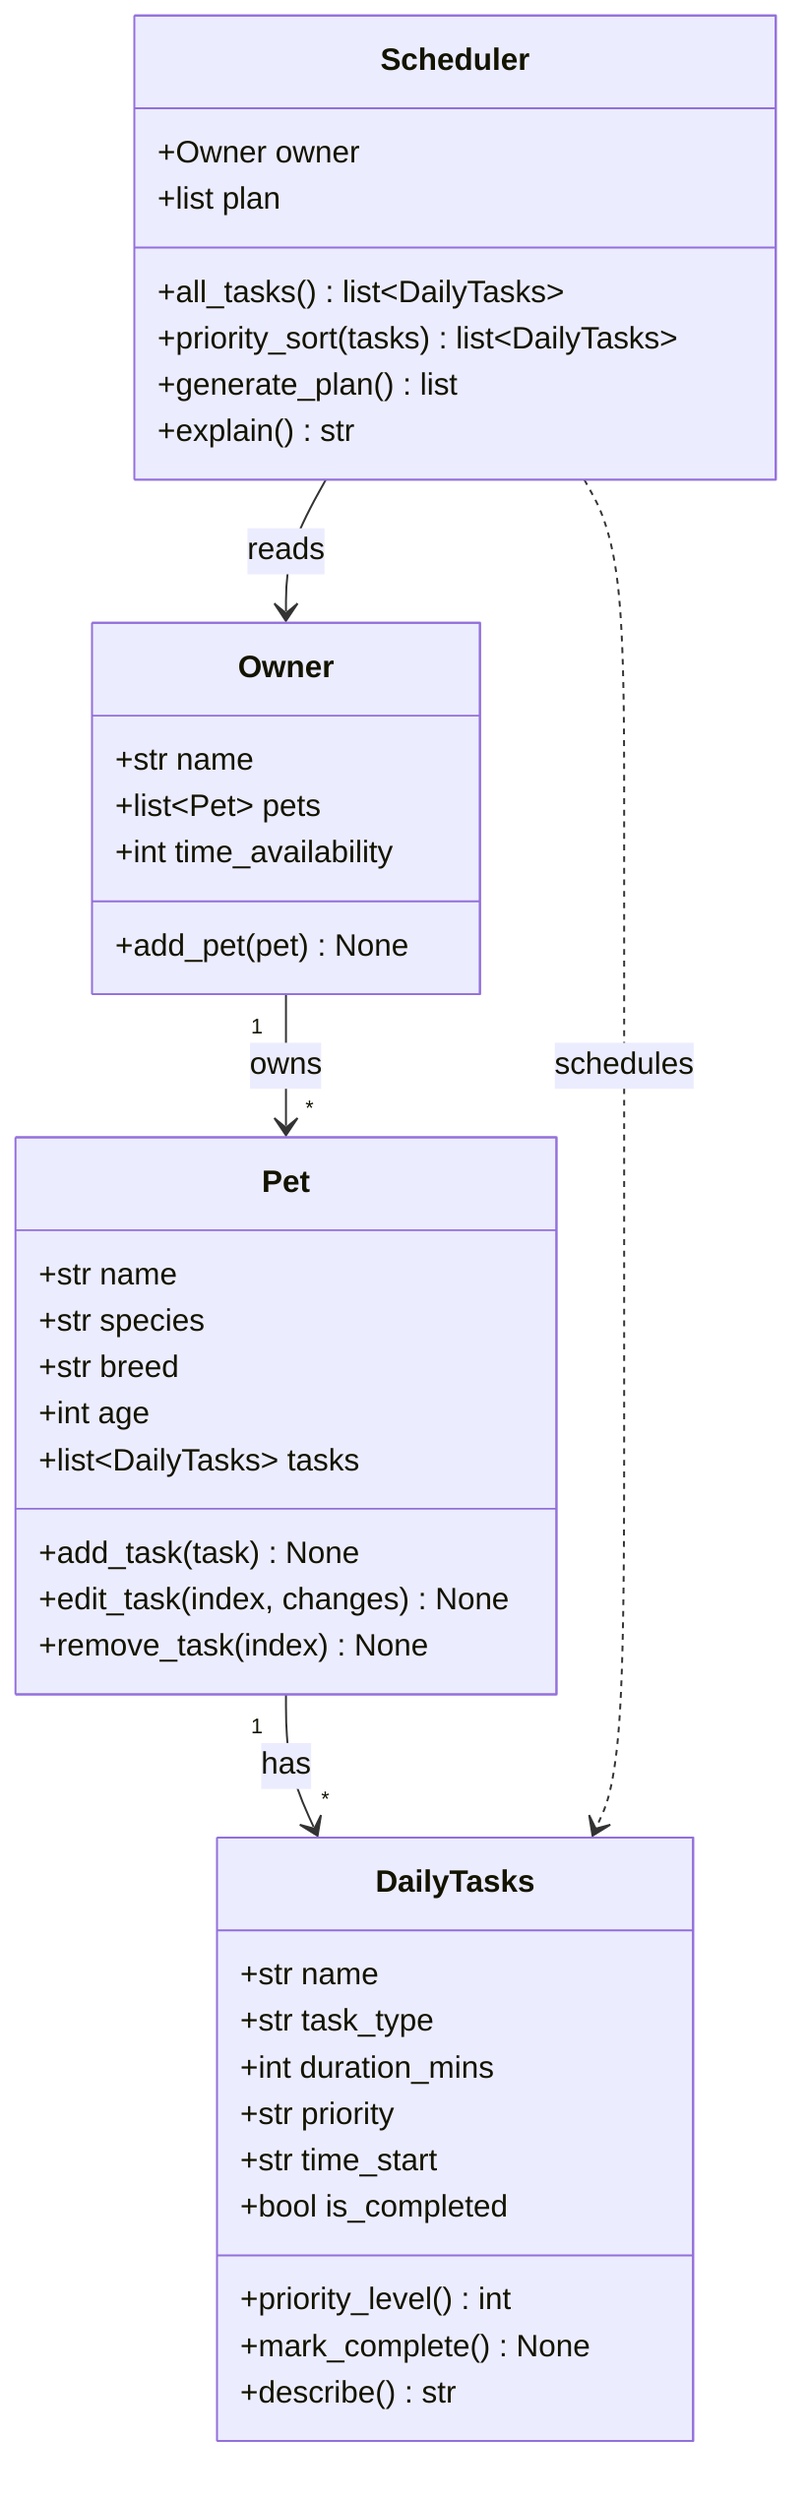
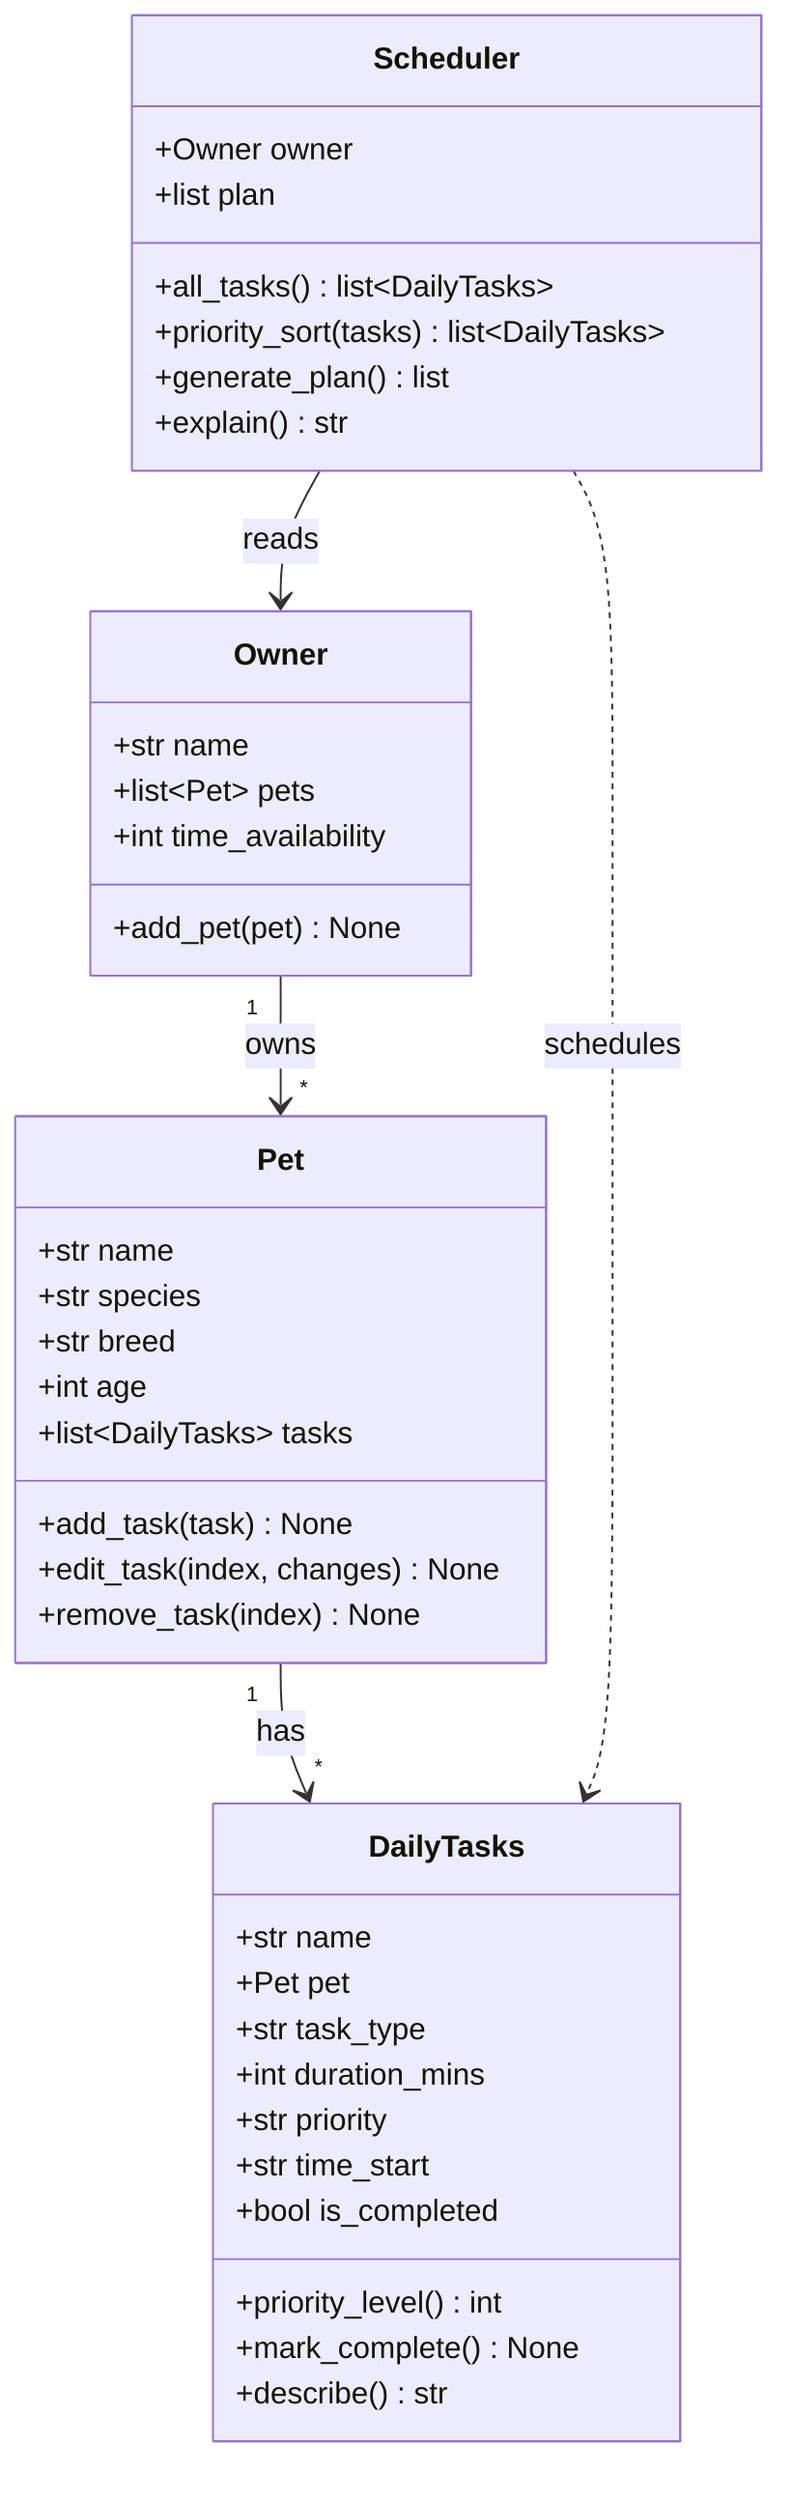
classDiagram
    class Owner {
        +str name
        +list~Pet~ pets
        +int time_availability
        +add_pet(pet) None
    }

    class Pet {
        +str name
        +str species
        +str breed
        +int age
        +list~DailyTasks~ tasks
        +add_task(task) None
        +edit_task(index, changes) None
        +remove_task(index) None
    }

    class DailyTasks {
        +str name
+         +Pet pet
        +str task_type
        +int duration_mins
        +str priority
        +str time_start
        +bool is_completed
        +priority_level() int
        +mark_complete() None
        +describe() str
    }

    class Scheduler {
        +Owner owner
        +list plan
        +all_tasks() list~DailyTasks~
        +priority_sort(tasks) list~DailyTasks~
        +generate_plan() list
        +explain() str
    }

    Owner "1" --> "*" Pet : owns
    Pet "1" --> "*" DailyTasks : has
    Scheduler --> Owner : reads
    Scheduler ..> DailyTasks : schedules
